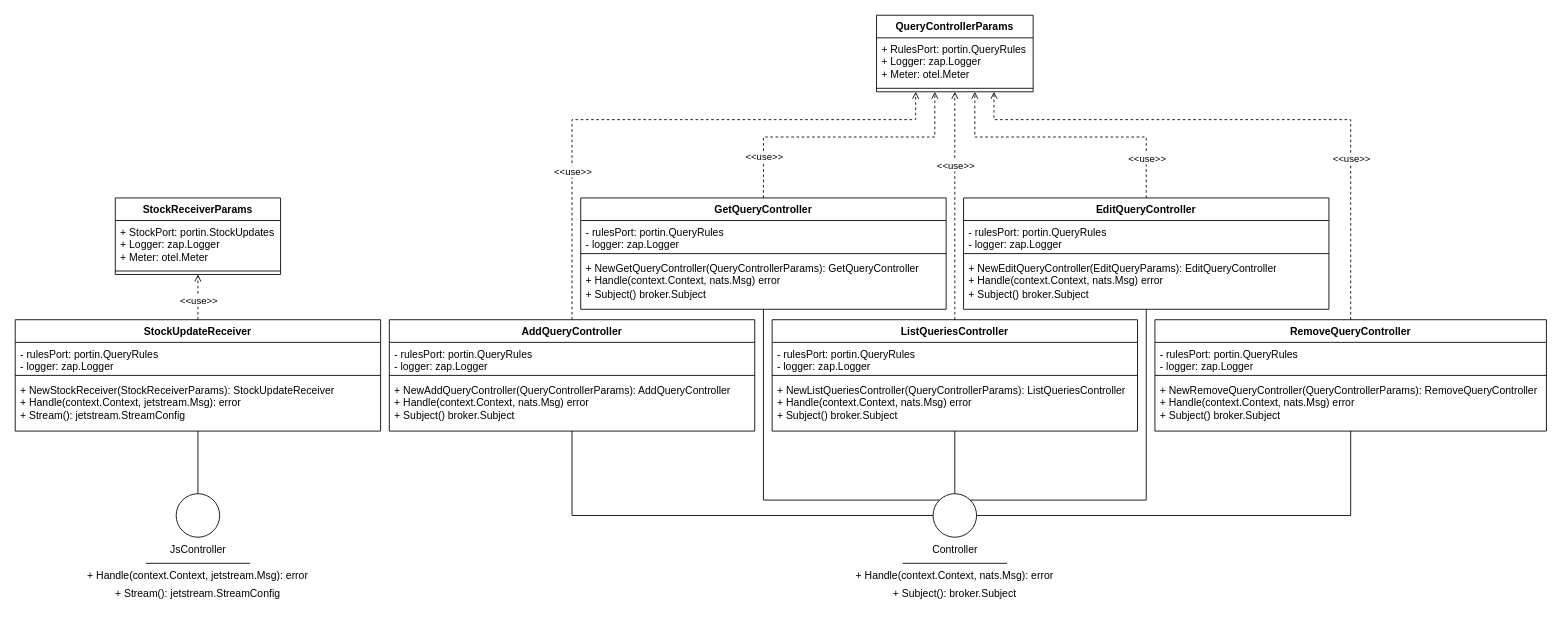
Above: page "adapterin" (1 of 4) of assets/drawio/notification.drawio in alimitedgroup/alimitedgroup.github.io (draw.io), before the change. Source tidied: cells renumbered, new cells numbered last; positions are measured from the earlier drawing's top-left corner, leaving out a move shared by most shapes. Both pictures are drawn from the tidied source at 87%, with x=0, y=0 at pixel (15, 15).
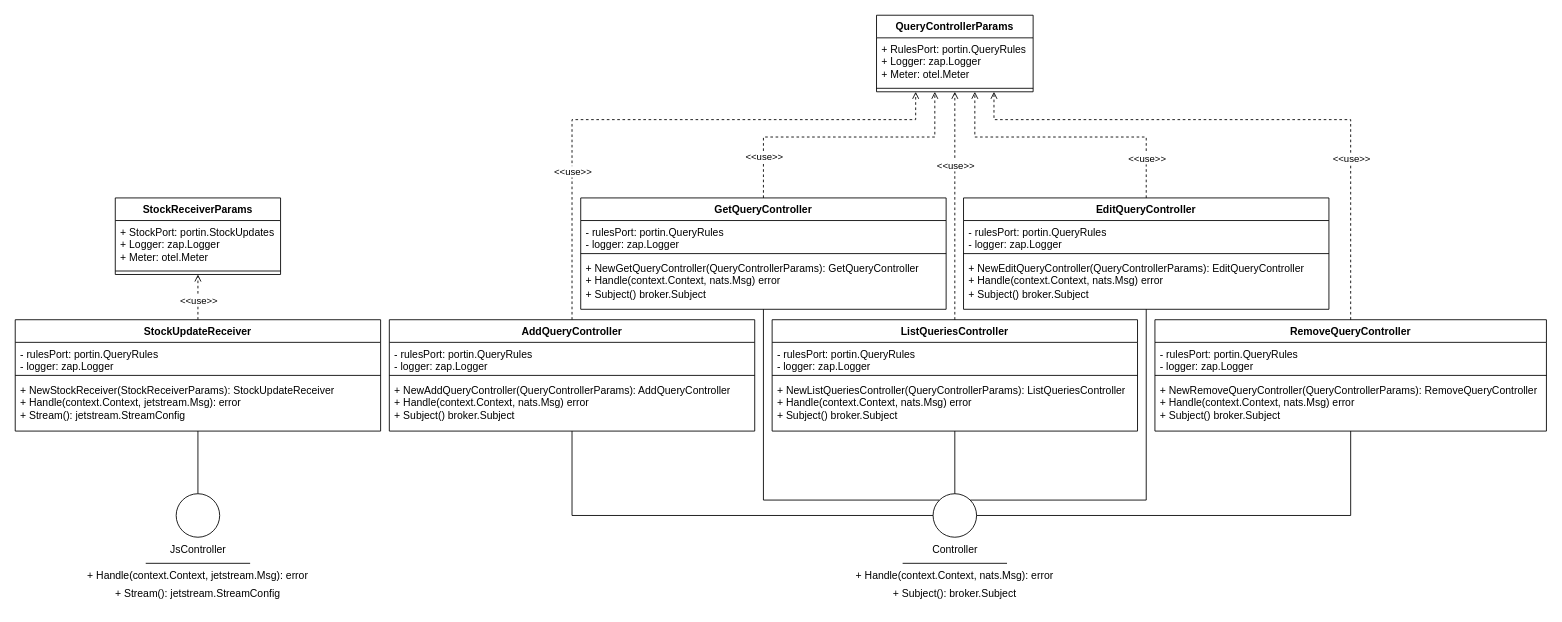
The same diagram, later.

Unchanged cells that the change refers to:
```xml
<mxCell id="10" value="EditQueryController" style="swimlane;fontStyle=1;align=center;verticalAlign=top;horizontal=1;startSize=26;whiteSpace=wrap;html=1;" parent="1" vertex="1">
  <mxGeometry x="1090" y="210" width="420" height="128" as="geometry" />
</mxCell>
```

Change to the diagram source:
```diff
@@
-    <mxCell id="13" value="+  NewEditQueryController(EditQueryParams): EditQueryController&lt;br&gt;+ Handle(context.Context, nats.Msg) error&lt;br&gt;+ Subject() broker.Subject&lt;div&gt;&lt;br&gt;&lt;/div&gt;" style="text;strokeColor=none;fillColor=none;align=left;verticalAlign=top;spacingLeft=4;spacingRight=4;overflow=hidden;whiteSpace=wrap;html=1;" parent="10" vertex="1">
+    <mxCell id="13" value="+  NewEditQueryController(QueryControllerParams): EditQueryController&lt;br&gt;+ Handle(context.Context, nats.Msg) error&lt;br&gt;+ Subject() broker.Subject&lt;div&gt;&lt;br&gt;&lt;/div&gt;" style="text;strokeColor=none;fillColor=none;align=left;verticalAlign=top;spacingLeft=4;spacingRight=4;overflow=hidden;whiteSpace=wrap;html=1;" parent="10" vertex="1">
       <mxGeometry y="68" width="420" height="60" as="geometry" />
     </mxCell>
```
